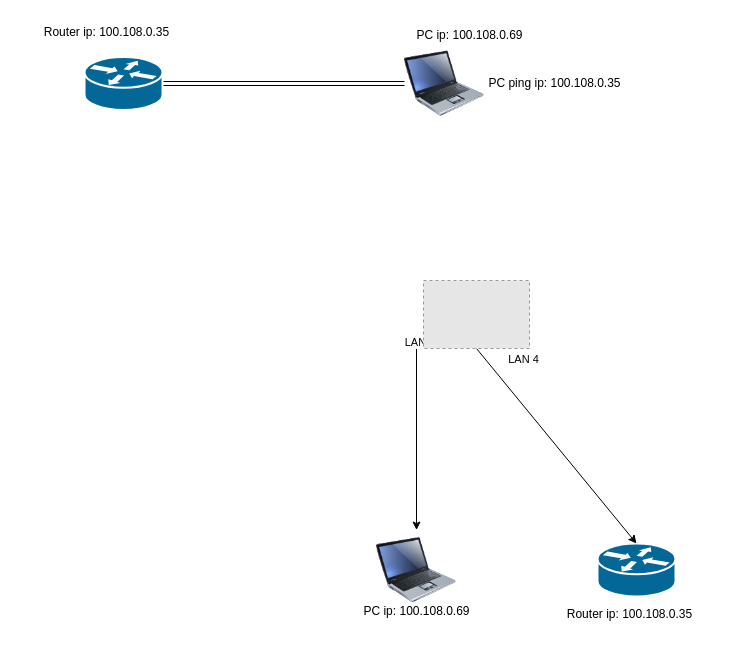
This is 哥伦比亚Claro.drawio from lindingchan/-tv-, a draw.io file, before an edit. Source tidied: cells renumbered, new cells numbered last; positions are measured from the earlier drawing's top-left corner, leaving out a move shared by most shapes. Both pictures are drawn from the tidied source at 100%, with x=0, y=0 at pixel (17, 17). Pictures stored in the file or linked from it are replaced by grey dashed boxes.
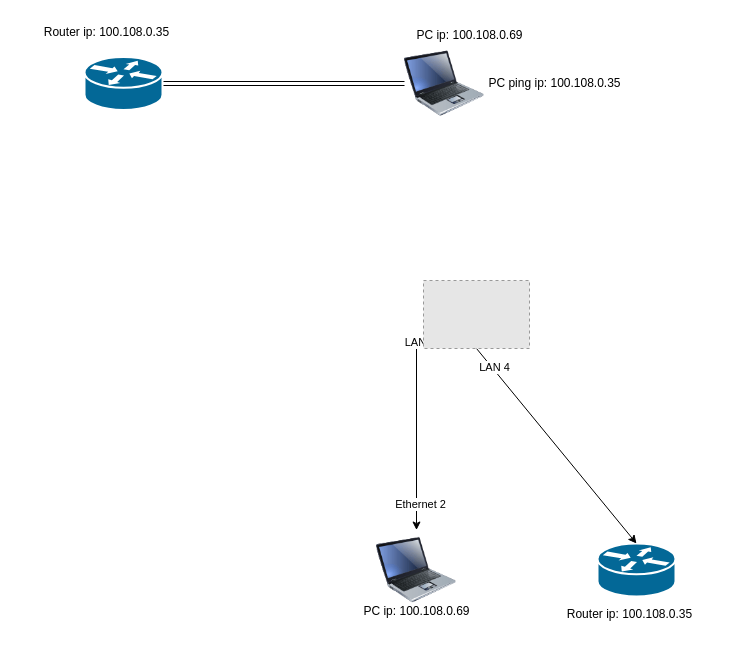
The same diagram, later.

Commit message:
更新哥伦比亚Claro.drawio

Unchanged cells that the change refers to:
```xml
<mxCell id="10" style="rounded=0;jettySize=auto;html=1;entryX=0.5;entryY=0;entryDx=0;entryDy=0;entryPerimeter=0;exitX=0.5;exitY=1;exitDx=0;exitDy=0;" parent="1" edge="1" source="14" target="8">
  <mxGeometry relative="1" as="geometry" />
</mxCell>
<mxCell id="12" style="edgeStyle=orthogonalEdgeStyle;rounded=0;jettySize=auto;html=1;" parent="1" edge="1" target="9">
  <mxGeometry relative="1" as="geometry">
    <mxPoint x="442" y="324" as="sourcePoint" />
  </mxGeometry>
</mxCell>
```

Change to the diagram source:
```diff
@@
     <mxCell id="11" value="LAN 4" style="edgeLabel;html=1;align=center;verticalAlign=middle;" parent="10" vertex="1">
       <mxGeometry x="0.01" y="-1" relative="1" as="geometry">
-        <mxPoint x="-33" y="-88" as="offset" />
+        <mxPoint x="-62" y="-80" as="offset" />
       </mxGeometry>
     </mxCell>
@@
+    <mxCell id="18" value="Ethernet 2" style="edgeLabel;html=1;align=center;verticalAlign=middle;" parent="12" vertex="1">
+      <mxGeometry x="0.19" relative="1" as="geometry">
+        <mxPoint x="3" y="68" as="offset" />
+      </mxGeometry>
+    </mxCell>
```
